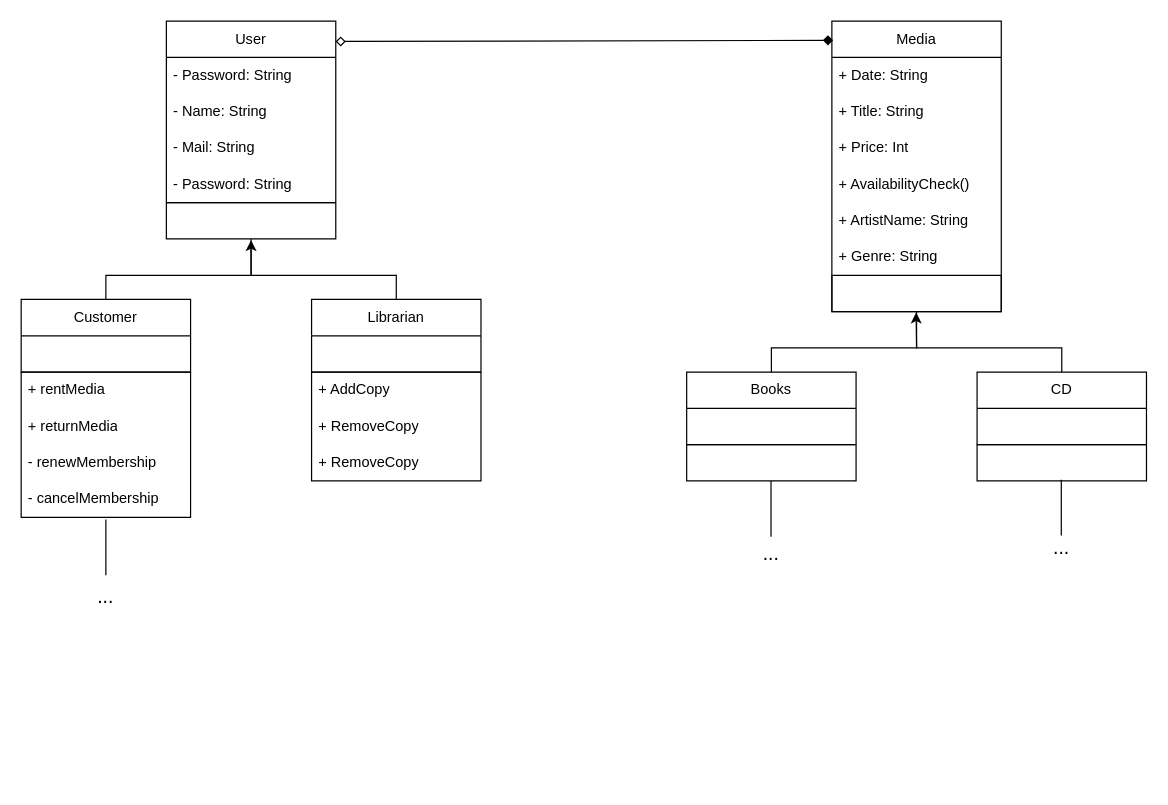
The draw.io diagram diagrams/class_library.drawio in sraosha47/m226, before the edit. Source tidied: cells renumbered, new cells numbered last; positions are measured from the earlier drawing's top-left corner, leaving out a move shared by most shapes. Both pictures are drawn from the tidied source at 121%, with x=0, y=0 at pixel (21, 21).
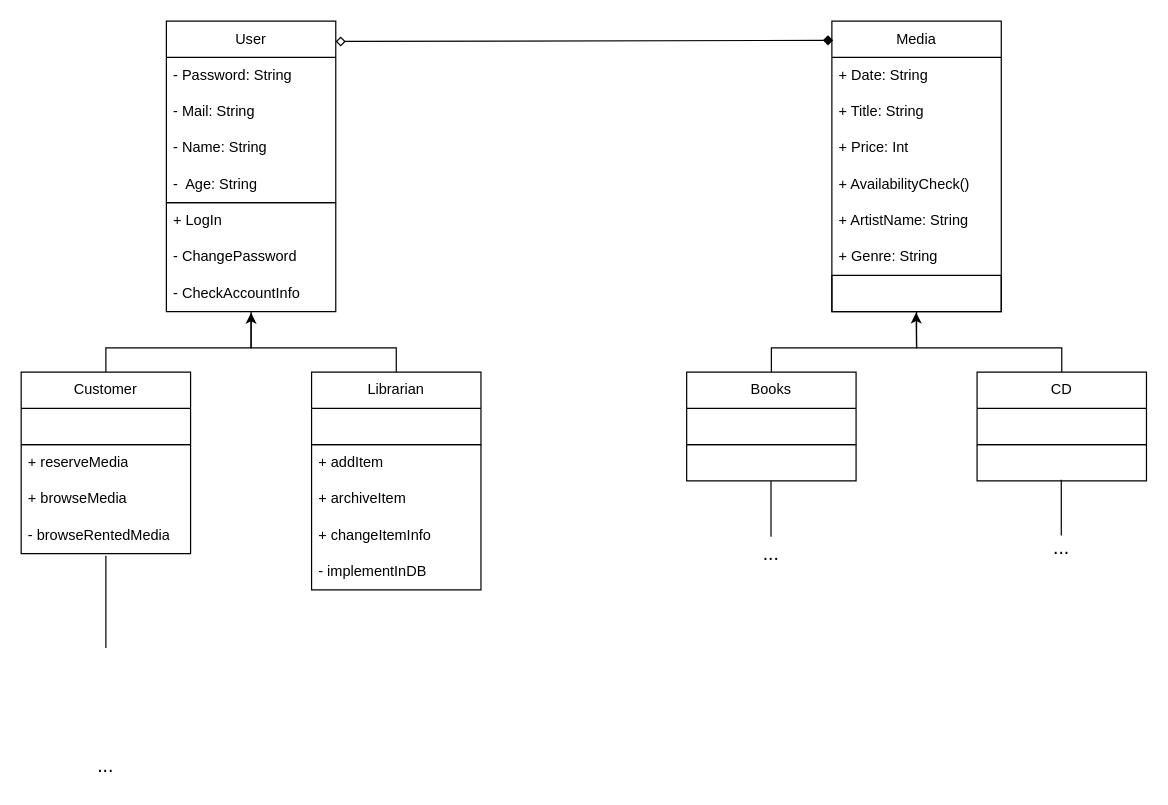
Above is the later version.

Unchanged cells that the change refers to:
```xml
<mxCell id="2" value="User" style="swimlane;fontStyle=0;horizontal=1;startSize=30;whiteSpace=wrap;html=1;" parent="1" vertex="1">
  <mxGeometry x="120" width="140" height="150" as="geometry" />
</mxCell>
```

What changed in the source:
```diff
@@
+    <mxCell id="5" value="- Mail: String" style="text;strokeColor=none;fillColor=none;align=left;verticalAlign=middle;spacingLeft=4;spacingRight=4;overflow=hidden;whiteSpace=wrap;html=1;" parent="2" vertex="1">
+      <mxGeometry y="60" width="140" height="30" as="geometry" />
+    </mxCell>
     <mxCell id="4" value="- Name: String" style="text;strokeColor=none;fillColor=none;align=left;verticalAlign=middle;spacingLeft=4;spacingRight=4;overflow=hidden;whiteSpace=wrap;html=1;" parent="2" vertex="1">
-      <mxGeometry y="60" width="140" height="30" as="geometry" />
+      <mxGeometry y="90" width="140" height="30" as="geometry" />
     </mxCell>
-    <mxCell id="5" value="- Mail: String" style="text;strokeColor=none;fillColor=none;align=left;verticalAlign=middle;spacingLeft=4;spacingRight=4;overflow=hidden;whiteSpace=wrap;html=1;" parent="2" vertex="1">
-      <mxGeometry y="90" width="140" height="30" as="geometry" />
-    </mxCell>
-    <mxCell id="6" value="- Password: String" style="text;strokeColor=none;fillColor=none;align=left;verticalAlign=middle;spacingLeft=4;spacingRight=4;overflow=hidden;whiteSpace=wrap;html=1;" parent="2" vertex="1">
+    <mxCell id="6" value="-&amp;nbsp; Age: String" style="text;strokeColor=none;fillColor=none;align=left;verticalAlign=middle;spacingLeft=4;spacingRight=4;overflow=hidden;whiteSpace=wrap;html=1;" parent="2" vertex="1">
       <mxGeometry y="120" width="140" height="30" as="geometry" />
     </mxCell>
@@
     <mxCell id="21" value="Customer" style="swimlane;fontStyle=0;horizontal=1;startSize=30;whiteSpace=wrap;html=1;" parent="1" vertex="1">
-      <mxGeometry y="230" width="140" height="60" as="geometry" />
+      <mxGeometry y="290" width="140" height="60" as="geometry" />
     </mxCell>
     <mxCell id="22" style="endArrow=classic;html=1;rounded=0;entryX=0.497;entryY=1.027;entryDx=0;entryDy=0;entryPerimeter=0;exitX=0.5;exitY=0;exitDx=0;exitDy=0;" parent="1" edge="1" source="21">
       <mxGeometry relative="1" as="geometry">
-        <mxPoint x="190" y="181" as="targetPoint" />
+        <mxPoint x="190" y="241" as="targetPoint" />
         <Array as="points">
-          <mxPoint x="70" y="210" />
-          <mxPoint x="190" y="210" />
+          <mxPoint x="70" y="270" />
+          <mxPoint x="190" y="270" />
         </Array>
       </mxGeometry>
     </mxCell>
     <mxCell id="23" style="swimlane;fontStyle=0;horizontal=1;startSize=0;whiteSpace=wrap;html=1;" parent="1" vertex="1">
-      <mxGeometry y="290" width="140" height="120" as="geometry" />
+      <mxGeometry y="350" width="140" height="90" as="geometry" />
     </mxCell>
-    <mxCell id="24" value="+ rentMedia" style="text;strokeColor=none;fillColor=none;align=left;verticalAlign=middle;spacingLeft=4;spacingRight=4;overflow=hidden;whiteSpace=wrap;html=1;" parent="23" vertex="1">
+    <mxCell id="24" value="+ reserveMedia" style="text;strokeColor=none;fillColor=none;align=left;verticalAlign=middle;spacingLeft=4;spacingRight=4;overflow=hidden;whiteSpace=wrap;html=1;" parent="23" vertex="1">
       <mxGeometry width="140" height="30" as="geometry" />
     </mxCell>
-    <mxCell id="25" value="+ returnMedia" style="text;strokeColor=none;fillColor=none;align=left;verticalAlign=middle;spacingLeft=4;spacingRight=4;overflow=hidden;whiteSpace=wrap;html=1;" parent="23" vertex="1">
+    <mxCell id="25" value="+ browseMedia" style="text;strokeColor=none;fillColor=none;align=left;verticalAlign=middle;spacingLeft=4;spacingRight=4;overflow=hidden;whiteSpace=wrap;html=1;" parent="23" vertex="1">
       <mxGeometry y="30" width="140" height="30" as="geometry" />
     </mxCell>
-    <mxCell id="26" value="- renewMembership" style="text;strokeColor=none;fillColor=none;align=left;verticalAlign=middle;spacingLeft=4;spacingRight=4;overflow=hidden;whiteSpace=wrap;html=1;" parent="23" vertex="1">
-      <mxGeometry y="60" width="140" height="30" as="geometry" />
-    </mxCell>
-    <mxCell id="27" value="- cancelMembership" style="text;strokeColor=none;fillColor=none;align=left;verticalAlign=middle;spacingLeft=4;spacingRight=4;overflow=hidden;points=[[0,0.5],[1,0.5]];portConstraint=eastwest;whiteSpace=wrap;html=1;" parent="23" vertex="1">
-      <mxGeometry y="90" width="140" height="30" as="geometry" />
+    <mxCell id="27" value="- browseRentedMedia" style="text;strokeColor=none;fillColor=none;align=left;verticalAlign=middle;spacingLeft=4;spacingRight=4;overflow=hidden;points=[[0,0.5],[1,0.5]];portConstraint=eastwest;whiteSpace=wrap;html=1;" parent="23" vertex="1">
+      <mxGeometry y="60" width="140" height="30" as="geometry" />
     </mxCell>
     <mxCell id="28" style="endArrow=none;html=1;rounded=0;exitX=0.5;exitY=0;exitDx=0;exitDy=0;" parent="1" edge="1" source="29">
       <mxGeometry relative="1" as="geometry">
-        <mxPoint x="190" y="180" as="targetPoint" />
+        <mxPoint x="190" y="240" as="targetPoint" />
         <Array as="points">
-          <mxPoint x="310" y="210" />
-          <mxPoint x="190" y="210" />
+          <mxPoint x="310" y="270" />
+          <mxPoint x="190" y="270" />
         </Array>
       </mxGeometry>
     </mxCell>
     <mxCell id="29" value="Librarian" style="swimlane;fontStyle=0;horizontal=1;startSize=30;whiteSpace=wrap;html=1;" parent="1" vertex="1">
-      <mxGeometry x="240" y="230" width="140" height="60" as="geometry" />
+      <mxGeometry x="240" y="290" width="140" height="60" as="geometry" />
     </mxCell>
     <mxCell id="30" style="swimlane;fontStyle=0;horizontal=1;startSize=0;whiteSpace=wrap;html=1;" parent="1" vertex="1">
-      <mxGeometry x="240" y="290" width="140" height="90" as="geometry" />
+      <mxGeometry x="240" y="350" width="140" height="120" as="geometry" />
     </mxCell>
-    <mxCell id="31" value="+ AddCopy" style="text;strokeColor=none;fillColor=none;align=left;verticalAlign=middle;spacingLeft=4;spacingRight=4;overflow=hidden;whiteSpace=wrap;html=1;" parent="30" vertex="1">
+    <mxCell id="31" value="+ addItem" style="text;strokeColor=none;fillColor=none;align=left;verticalAlign=middle;spacingLeft=4;spacingRight=4;overflow=hidden;whiteSpace=wrap;html=1;" parent="30" vertex="1">
       <mxGeometry width="140" height="30" as="geometry" />
     </mxCell>
-    <mxCell id="32" value="+ RemoveCopy" style="text;strokeColor=none;fillColor=none;align=left;verticalAlign=middle;spacingLeft=4;spacingRight=4;overflow=hidden;whiteSpace=wrap;html=1;" parent="30" vertex="1">
+    <mxCell id="32" value="+ archiveItem" style="text;strokeColor=none;fillColor=none;align=left;verticalAlign=middle;spacingLeft=4;spacingRight=4;overflow=hidden;whiteSpace=wrap;html=1;" parent="30" vertex="1">
       <mxGeometry y="30" width="140" height="30" as="geometry" />
     </mxCell>
-    <mxCell id="33" value="+ RemoveCopy" style="text;strokeColor=none;fillColor=none;align=left;verticalAlign=middle;spacingLeft=4;spacingRight=4;overflow=hidden;whiteSpace=wrap;html=1;" parent="30" vertex="1">
+    <mxCell id="33" value="+ changeItemInfo" style="text;strokeColor=none;fillColor=none;align=left;verticalAlign=middle;spacingLeft=4;spacingRight=4;overflow=hidden;whiteSpace=wrap;html=1;" parent="30" vertex="1">
       <mxGeometry y="60" width="140" height="30" as="geometry" />
     </mxCell>
+    <mxCell id="42" value="- implementInDB" style="text;strokeColor=none;fillColor=none;align=left;verticalAlign=middle;spacingLeft=4;spacingRight=4;overflow=hidden;whiteSpace=wrap;html=1;" parent="30" vertex="1">
+      <mxGeometry y="90" width="140" height="30" as="geometry" />
+    </mxCell>
@@
     <mxCell id="35" style="endArrow=none;html=1;rounded=0;exitX=0.5;exitY=1.061;exitDx=0;exitDy=0;exitPerimeter=0;" parent="1" edge="1" source="27">
       <mxGeometry relative="1" as="geometry">
-        <mxPoint x="70" y="458" as="targetPoint" />
+        <mxPoint x="70" y="518" as="targetPoint" />
       </mxGeometry>
     </mxCell>
     <mxCell id="36" value="&lt;font style=&quot;font-size: 16px;&quot;&gt;...&lt;/font&gt;" style="text;html=1;strokeColor=none;fillColor=none;align=center;verticalAlign=middle;whiteSpace=wrap;rounded=0;" parent="1" vertex="1">
-      <mxGeometry x="40" y="460" width="60" height="30" as="geometry" />
+      <mxGeometry x="40" y="600" width="60" height="30" as="geometry" />
     </mxCell>
@@
-    <mxCell id="41" style="swimlane;fontStyle=0;horizontal=1;startSize=0;whiteSpace=wrap;html=1;" parent="1" vertex="1">
-      <mxGeometry x="120" y="150" width="140" height="30" as="geometry" />
+    <mxCell id="41" style="swimlane;fontStyle=0;horizontal=1;startSize=0;whiteSpace=wrap;html=1;align=left;" parent="1" vertex="1">
+      <mxGeometry x="120" y="150" width="140" height="90" as="geometry" />
     </mxCell>
+    <mxCell id="43" value="+ LogIn" style="text;strokeColor=none;fillColor=none;align=left;verticalAlign=middle;spacingLeft=4;spacingRight=4;overflow=hidden;whiteSpace=wrap;html=1;" parent="41" vertex="1">
+      <mxGeometry width="140" height="30" as="geometry" />
+    </mxCell>
+    <mxCell id="44" value="- ChangePassword" style="text;strokeColor=none;fillColor=none;align=left;verticalAlign=middle;spacingLeft=4;spacingRight=4;overflow=hidden;whiteSpace=wrap;html=1;" parent="41" vertex="1">
+      <mxGeometry y="30" width="140" height="30" as="geometry" />
+    </mxCell>
+    <mxCell id="45" value="- CheckAccountInfo" style="text;strokeColor=none;fillColor=none;align=left;verticalAlign=middle;spacingLeft=4;spacingRight=4;overflow=hidden;whiteSpace=wrap;html=1;" parent="41" vertex="1">
+      <mxGeometry y="60" width="140" height="30" as="geometry" />
+    </mxCell>
```
